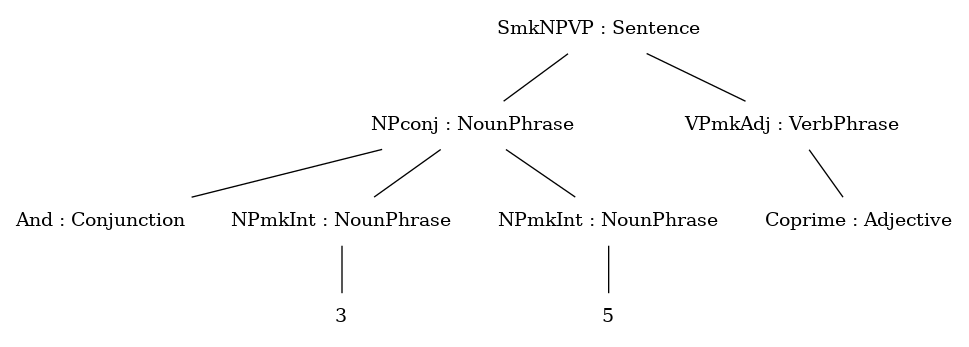
Before: ast.png, a diagram exported from Graphviz (pkshashank/Winter). Its source is kept beside it as ast.dot.
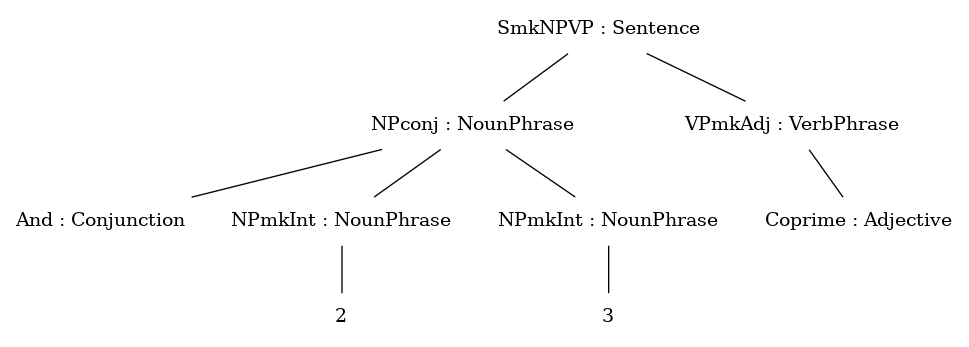
The same file after the commit.

The edit, as a diff of the source:
```diff
@@ -6,11 +6,11 @@
 n0_0 -- n0_0_0 [style = "solid"];
 n1_0_0[label = "NPmkInt : NounPhrase", style = "solid", shape = "plaintext"] ;
 n0_0 -- n1_0_0 [style = "solid"];
-n0_1_0_0[label = "3", style = "solid", shape = "plaintext"] ;
+n0_1_0_0[label = "2", style = "solid", shape = "plaintext"] ;
 n1_0_0 -- n0_1_0_0 [style = "solid"];
 n2_0_0[label = "NPmkInt : NounPhrase", style = "solid", shape = "plaintext"] ;
 n0_0 -- n2_0_0 [style = "solid"];
-n0_2_0_0[label = "5", style = "solid", shape = "plaintext"] ;
+n0_2_0_0[label = "3", style = "solid", shape = "plaintext"] ;
 n2_0_0 -- n0_2_0_0 [style = "solid"];
 n1_0[label = "VPmkAdj : VerbPhrase", style = "solid", shape = "plaintext"] ;
 n0 -- n1_0 [style = "solid"];
```
